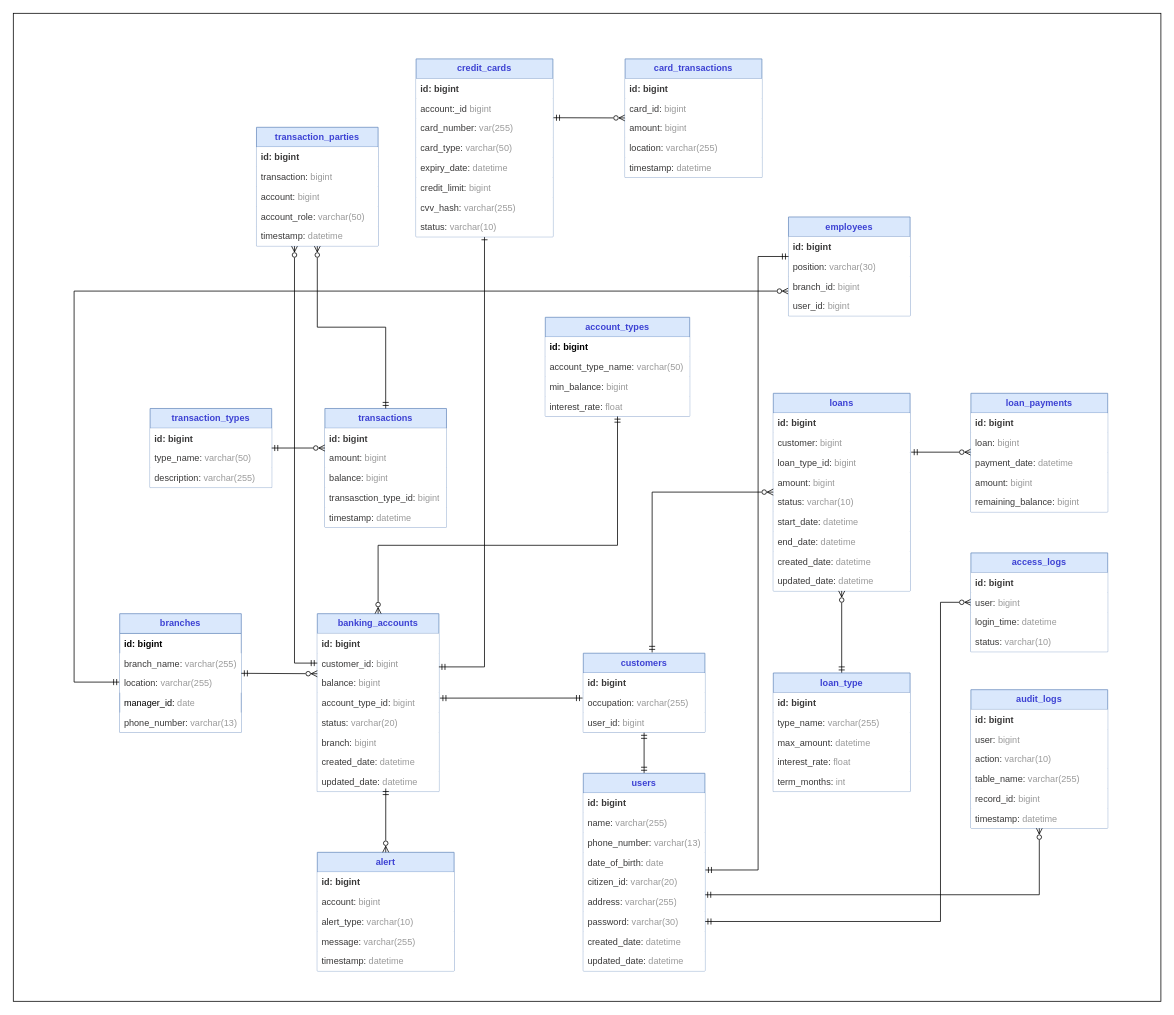
dhuy00/diagram keeps this draw.io diagram as banking/database/Banking Diagram.drawio. Above is the earlier version. Source tidied: cells renumbered, new cells numbered last; positions are measured from the earlier drawing's top-left corner, leaving out a move shared by most shapes. Both pictures are drawn from the tidied source at 76%, with x=0, y=0 at pixel (13, 13).
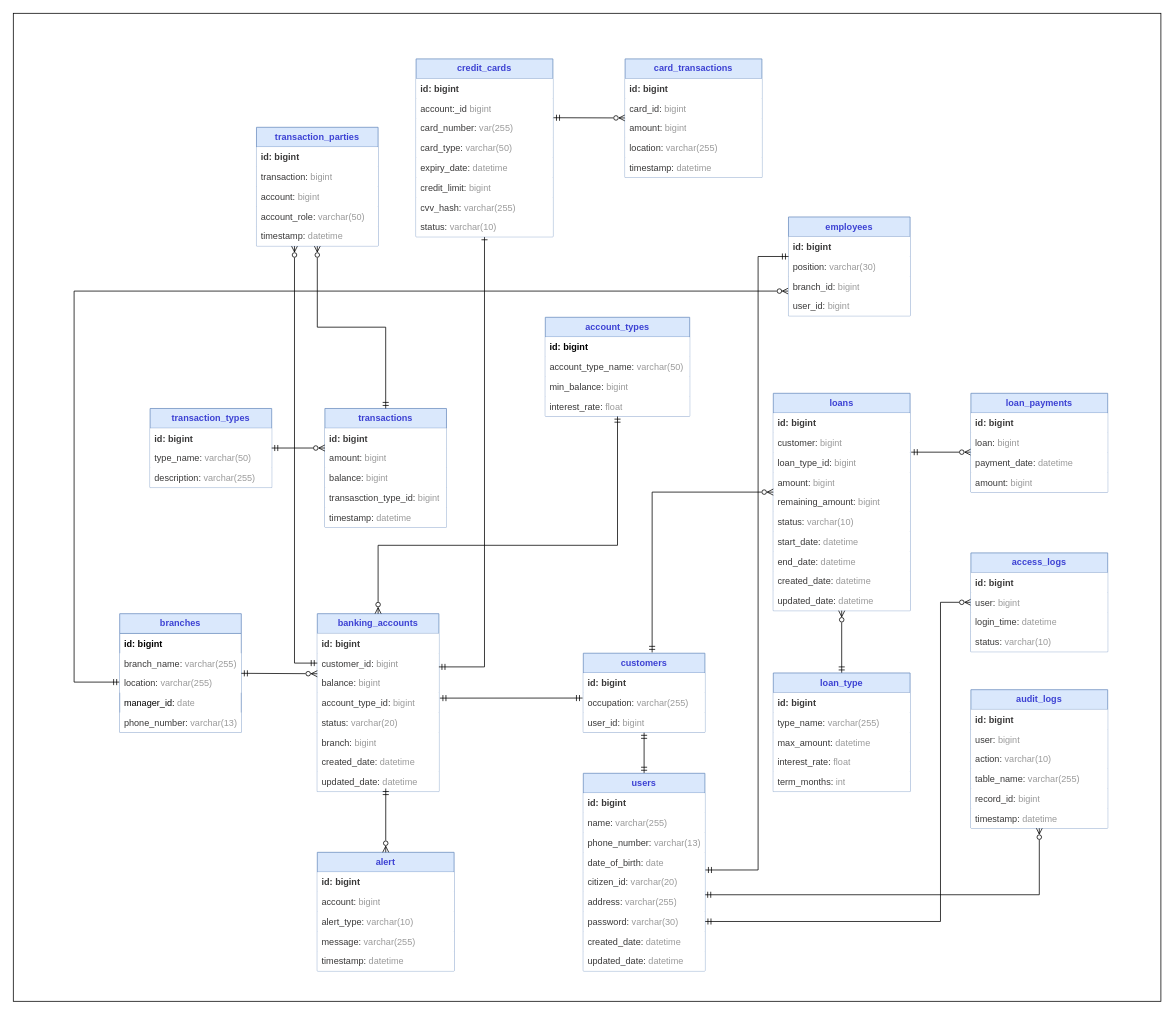
The same page after the edit.

Commit message:
Cập nhật Banking Diagram.drawio

Change to the diagram source:
```diff
@@
     <mxCell id="41" value="loans" style="swimlane;fontStyle=1;horizontal=1;startSize=26;fillColor=#dae8fc;whiteSpace=wrap;html=1;strokeColor=#6c8ebf;fontColor=light-dark(#3c41d3, #ededed);" parent="1" vertex="1">
-      <mxGeometry x="1000" y="500" width="180" height="260" as="geometry" />
+      <mxGeometry x="1000" y="500" width="180" height="286" as="geometry" />
     </mxCell>
@@
+    <mxCell id="64" value="remaining_amount: &lt;font style=&quot;color: rgb(153, 153, 153);&quot;&gt;bigint&lt;/font&gt;" style="text;strokeColor=none;fillColor=default;align=left;verticalAlign=top;spacingLeft=4;spacingRight=4;overflow=hidden;whiteSpace=wrap;html=1;fontColor=#393838;" parent="41" vertex="1">
+      <mxGeometry y="130" width="180" height="26" as="geometry" />
+    </mxCell>
     <mxCell id="46" value="status: &lt;font color=&quot;#999999&quot;&gt;varchar(10)&lt;/font&gt;" style="text;strokeColor=none;fillColor=default;align=left;verticalAlign=top;spacingLeft=4;spacingRight=4;overflow=hidden;whiteSpace=wrap;html=1;fontColor=#393838;" parent="41" vertex="1">
-      <mxGeometry y="130" width="180" height="26" as="geometry" />
+      <mxGeometry y="156" width="180" height="26" as="geometry" />
     </mxCell>
     <mxCell id="47" value="start_date: &lt;font color=&quot;#999999&quot;&gt;datetime&lt;/font&gt;" style="text;strokeColor=none;fillColor=default;align=left;verticalAlign=top;spacingLeft=4;spacingRight=4;overflow=hidden;whiteSpace=wrap;html=1;fontColor=#393838;" parent="41" vertex="1">
-      <mxGeometry y="156" width="180" height="26" as="geometry" />
+      <mxGeometry y="182" width="180" height="26" as="geometry" />
     </mxCell>
     <mxCell id="48" value="end_date: &lt;font color=&quot;#999999&quot;&gt;datetime&lt;/font&gt;" style="text;strokeColor=none;fillColor=default;align=left;verticalAlign=top;spacingLeft=4;spacingRight=4;overflow=hidden;whiteSpace=wrap;html=1;fontColor=#393838;" parent="41" vertex="1">
-      <mxGeometry y="182" width="180" height="26" as="geometry" />
+      <mxGeometry y="208" width="180" height="26" as="geometry" />
     </mxCell>
     <mxCell id="49" value="created_date: &lt;font color=&quot;#999999&quot;&gt;datetime&lt;/font&gt;" style="text;strokeColor=none;fillColor=default;align=left;verticalAlign=top;spacingLeft=4;spacingRight=4;overflow=hidden;whiteSpace=wrap;html=1;fontColor=#393838;" parent="41" vertex="1">
-      <mxGeometry y="208" width="180" height="26" as="geometry" />
+      <mxGeometry y="234" width="180" height="26" as="geometry" />
     </mxCell>
     <mxCell id="50" value="updated_date: &lt;font color=&quot;#999999&quot;&gt;datetime&lt;/font&gt;" style="text;strokeColor=none;fillColor=default;align=left;verticalAlign=top;spacingLeft=4;spacingRight=4;overflow=hidden;whiteSpace=wrap;html=1;fontColor=#393838;" parent="41" vertex="1">
-      <mxGeometry y="234" width="180" height="26" as="geometry" />
+      <mxGeometry y="260" width="180" height="26" as="geometry" />
     </mxCell>
@@
     <mxCell id="59" value="loan_payments" style="swimlane;fontStyle=1;horizontal=1;startSize=26;fillColor=#dae8fc;whiteSpace=wrap;html=1;strokeColor=#6c8ebf;fontColor=light-dark(#3c41d3, #ededed);" parent="1" vertex="1">
-      <mxGeometry x="1260" y="500" width="180" height="156" as="geometry" />
+      <mxGeometry x="1260" y="500" width="180" height="130" as="geometry" />
     </mxCell>
@@
-    <mxCell id="64" value="remaining_balance: &lt;font style=&quot;color: rgb(153, 153, 153);&quot;&gt;bigint&lt;/font&gt;" style="text;strokeColor=none;fillColor=default;align=left;verticalAlign=top;spacingLeft=4;spacingRight=4;overflow=hidden;whiteSpace=wrap;html=1;fontColor=#393838;" parent="59" vertex="1">
-      <mxGeometry y="130" width="180" height="26" as="geometry" />
-    </mxCell>
```
